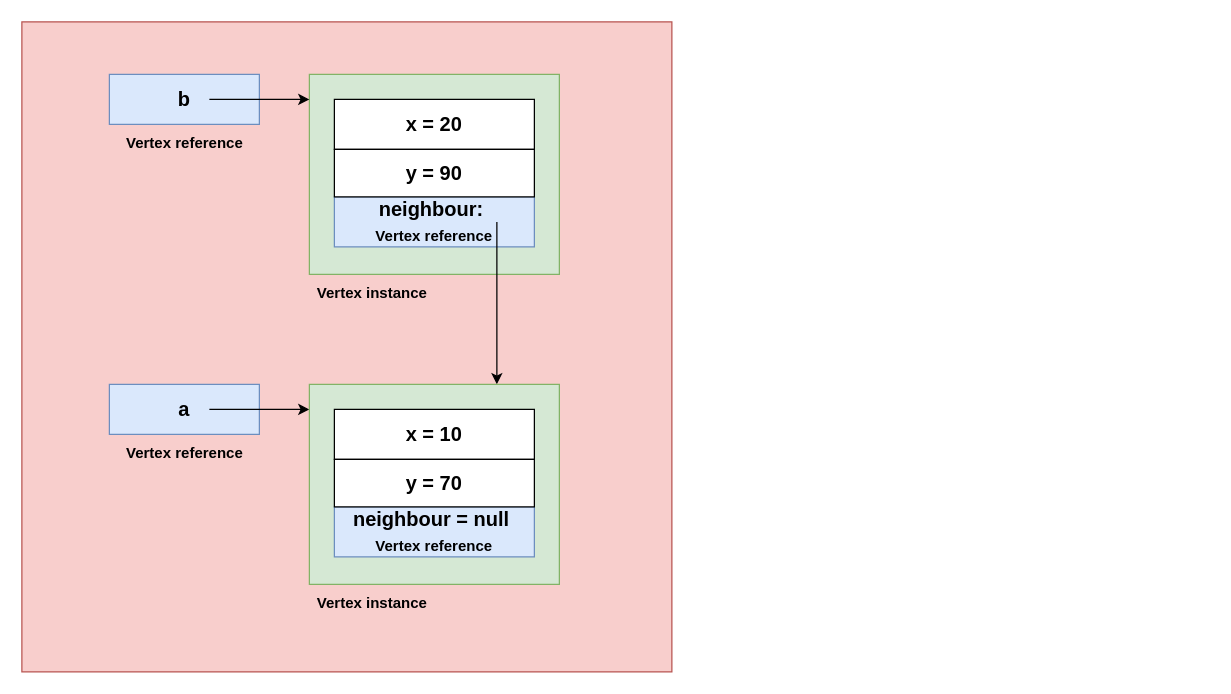
Before: vertexRDS.drawio in gaurav1780/drawdotio, a draw.io diagram. Source tidied: cells renumbered, new cells numbered last; positions are measured from the earlier drawing's top-left corner, leaving out a move shared by most shapes. Both pictures are drawn from the tidied source at 125%, with x=0, y=0 at pixel (21, 21).
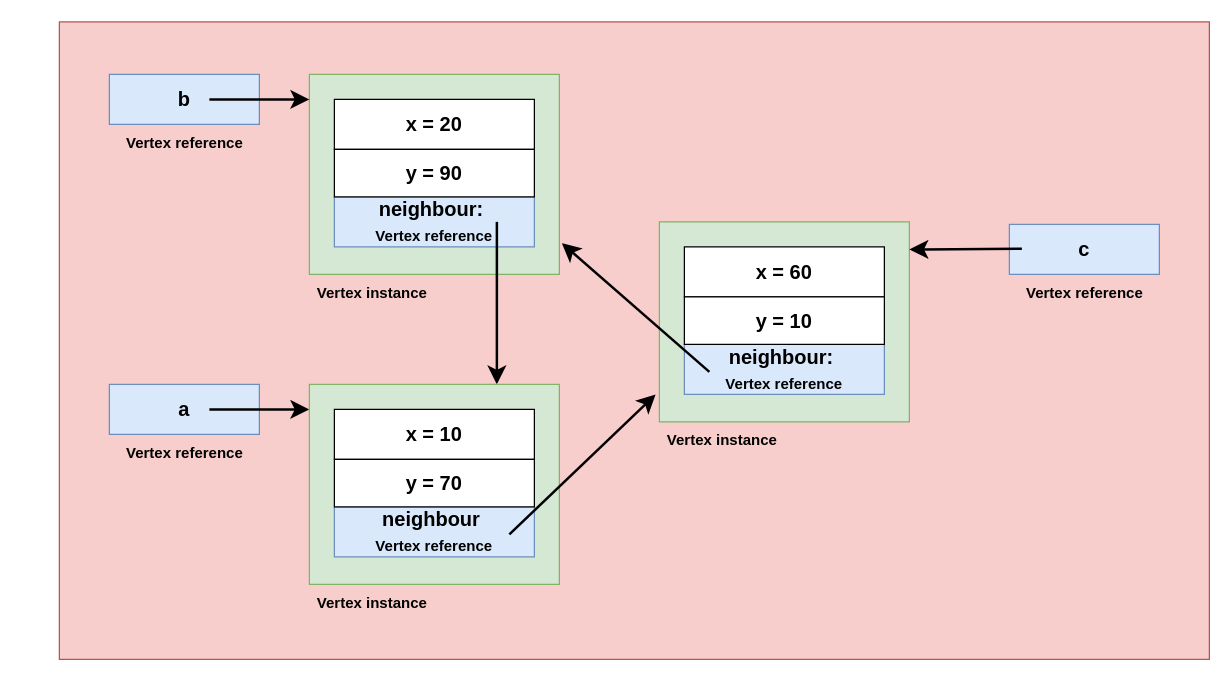
The same diagram, later.

The change refers to these unchanged cells:
```xml
<mxCell id="3" style="rounded=0;whiteSpace=wrap;html=1;fontSize=16;fillColor=#d5e8d4;strokeColor=#82b366;fontStyle=1;" parent="1" vertex="1">
  <mxGeometry x="230" y="42" width="200" height="160" as="geometry" />
</mxCell>
<mxCell id="15" style="rounded=0;whiteSpace=wrap;html=1;fontSize=16;fillColor=#d5e8d4;strokeColor=#82b366;fontStyle=1;" parent="1" vertex="1">
  <mxGeometry x="230" y="290" width="200" height="160" as="geometry" />
</mxCell>
```

What changed in the source:
```diff
@@
     <mxCell id="2" style="rounded=0;whiteSpace=wrap;html=1;fillColor=#f8cecc;strokeColor=#b85450;fontStyle=1;" parent="1" vertex="1">
-      <mxGeometry width="520" height="520" as="geometry" />
+      <mxGeometry x="30" width="920" height="510" as="geometry" />
     </mxCell>
@@
-    <mxCell id="5" style="endArrow=classic;html=1;rounded=0;fontSize=16;fontStyle=1;" parent="1" edge="1">
+    <mxCell id="5" style="endArrow=classic;html=1;rounded=0;fontSize=16;fontStyle=1;strokeWidth=2;endSize=9;" parent="1" edge="1">
       <mxGeometry relative="1" as="geometry">
         <mxPoint x="150" y="62" as="sourcePoint" />
         <mxPoint x="230" y="62" as="targetPoint" />
       </mxGeometry>
     </mxCell>
@@
-    <mxCell id="11" style="endArrow=classic;html=1;rounded=0;fontSize=16;fontStyle=1;" parent="1" edge="1">
+    <mxCell id="11" style="endArrow=classic;html=1;rounded=0;fontSize=16;fontStyle=1;strokeWidth=2;endSize=9;" parent="1" edge="1">
       <mxGeometry relative="1" as="geometry">
         <mxPoint x="150" y="310" as="sourcePoint" />
         <mxPoint x="230" y="310" as="targetPoint" />
       </mxGeometry>
     </mxCell>
@@
-    <mxCell id="14" style="endArrow=classic;html=1;rounded=0;fontSize=16;fontStyle=1;entryX=0.75;entryY=0;entryDx=0;entryDy=0;" parent="1" edge="1" target="15">
+    <mxCell id="14" style="endArrow=classic;html=1;rounded=0;fontSize=16;fontStyle=1;entryX=0.75;entryY=0;entryDx=0;entryDy=0;strokeWidth=2;endSize=9;" parent="1" edge="1" target="15">
       <mxGeometry relative="1" as="geometry">
         <mxPoint x="380" y="160" as="sourcePoint" />
       </mxGeometry>
     </mxCell>
@@
-    <mxCell id="17" value="neighbour = null&amp;nbsp;&lt;div&gt;&lt;span style=&quot;font-size: 12px; text-wrap: nowrap;&quot;&gt;Vertex reference&lt;/span&gt;&lt;/div&gt;" style="rounded=0;whiteSpace=wrap;html=1;fontSize=16;fillColor=#dae8fc;strokeColor=#6c8ebf;fontStyle=1;" parent="1" vertex="1">
+    <mxCell id="17" value="neighbour&amp;nbsp;&lt;div&gt;&lt;span style=&quot;font-size: 12px; text-wrap: nowrap;&quot;&gt;Vertex reference&lt;/span&gt;&lt;/div&gt;" style="rounded=0;whiteSpace=wrap;html=1;fontSize=16;fillColor=#dae8fc;strokeColor=#6c8ebf;fontStyle=1;" parent="1" vertex="1">
       <mxGeometry x="250" y="388" width="160" height="40" as="geometry" />
     </mxCell>
@@
+    <mxCell id="20" style="rounded=0;whiteSpace=wrap;html=1;fontSize=16;fillColor=#d5e8d4;strokeColor=#82b366;fontStyle=1;" parent="1" vertex="1">
+      <mxGeometry x="510" y="160" width="200" height="160" as="geometry" />
+    </mxCell>
+    <mxCell id="21" value="c" style="rounded=0;whiteSpace=wrap;html=1;fontSize=16;fillColor=#dae8fc;strokeColor=#6c8ebf;fontStyle=1;" parent="1" vertex="1">
+      <mxGeometry x="790" y="162" width="120" height="40" as="geometry" />
+    </mxCell>
+    <mxCell id="22" style="endArrow=classic;html=1;rounded=0;fontSize=16;fontStyle=1;entryX=1;entryY=0.138;entryDx=0;entryDy=0;entryPerimeter=0;strokeWidth=2;endSize=9;" parent="1" edge="1" target="20">
+      <mxGeometry relative="1" as="geometry">
+        <mxPoint x="800" y="181.5" as="sourcePoint" />
+      </mxGeometry>
+    </mxCell>
+    <mxCell id="23" value="x = 60" style="rounded=0;whiteSpace=wrap;html=1;fontSize=16;fontStyle=1;" parent="1" vertex="1">
+      <mxGeometry x="530" y="180" width="160" height="40" as="geometry" />
+    </mxCell>
+    <mxCell id="24" value="neighbour:&amp;nbsp;&lt;div&gt;&lt;span style=&quot;font-size: 12px; text-wrap: nowrap;&quot;&gt;Vertex reference&lt;/span&gt;&lt;/div&gt;" style="rounded=0;whiteSpace=wrap;html=1;fontSize=16;fillColor=#dae8fc;strokeColor=#6c8ebf;fontStyle=1;" parent="1" vertex="1">
+      <mxGeometry x="530" y="258" width="160" height="40" as="geometry" />
+    </mxCell>
+    <mxCell id="25" value="Vertex reference" style="text;html=1;align=center;verticalAlign=middle;strokeColor=none;fillColor=none;fontStyle=1;" parent="1" vertex="1">
+      <mxGeometry x="795" y="202" width="110" height="30" as="geometry" />
+    </mxCell>
+    <mxCell id="26" value="Vertex instance" style="text;html=1;align=center;verticalAlign=middle;strokeColor=none;fillColor=none;fontStyle=1;" parent="1" vertex="1">
+      <mxGeometry x="505" y="320" width="110" height="30" as="geometry" />
+    </mxCell>
+    <mxCell id="27" value="y = 10" style="rounded=0;whiteSpace=wrap;html=1;fontSize=16;fontStyle=1;" parent="1" vertex="1">
+      <mxGeometry x="530" y="220" width="160" height="38" as="geometry" />
+    </mxCell>
+    <mxCell id="28" style="endArrow=classic;html=1;rounded=0;entryX=1.01;entryY=0.844;entryDx=0;entryDy=0;entryPerimeter=0;strokeWidth=2;endSize=9;" parent="1" edge="1" target="3">
+      <mxGeometry relative="1" as="geometry">
+        <mxPoint x="550" y="280" as="sourcePoint" />
+      </mxGeometry>
+    </mxCell>
+    <mxCell id="29" style="endArrow=classic;html=1;rounded=0;entryX=-0.015;entryY=0.863;entryDx=0;entryDy=0;entryPerimeter=0;strokeWidth=2;endSize=9;" parent="1" edge="1" target="20">
+      <mxGeometry relative="1" as="geometry">
+        <mxPoint x="390" y="410" as="sourcePoint" />
+      </mxGeometry>
+    </mxCell>
```
